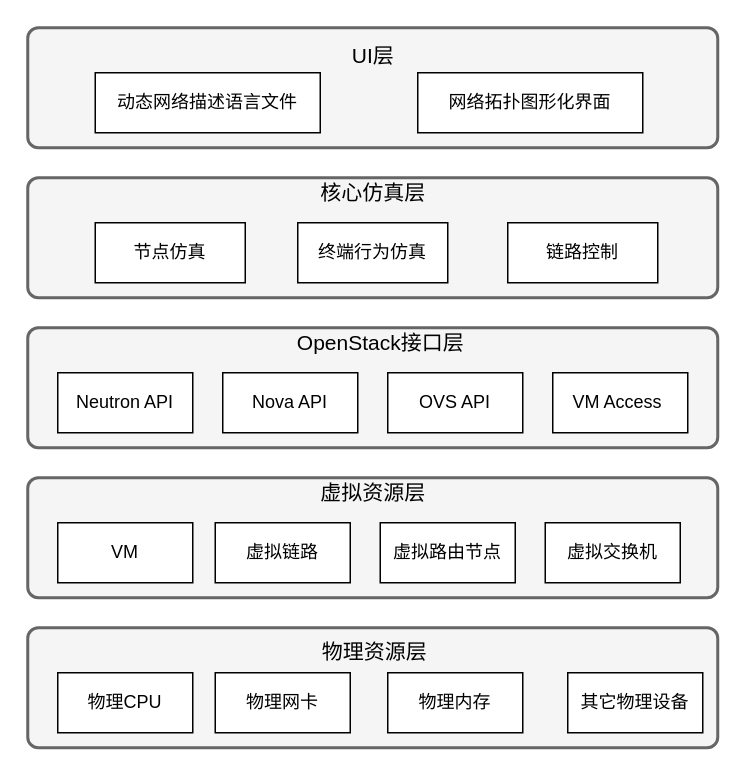
The draw.io diagram page "逻辑架构" (5 of 8) of 网络仿真系统.drawio in Icarus1994/neutron_conf, before the edit. Source tidied: cells renumbered, new cells numbered last; positions are measured from the earlier drawing's top-left corner, leaving out a move shared by most shapes. Both pictures are drawn from the tidied source at 150%, with x=0, y=0 at pixel (27, 27).
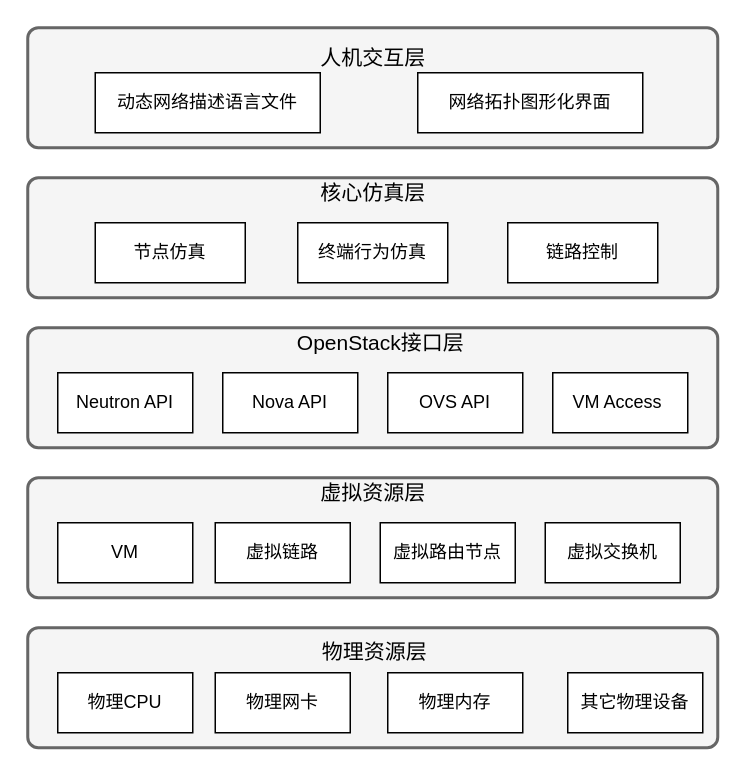
The same diagram, later.

Change to the diagram source:
```diff
@@
-    <mxCell id="24" value="&lt;span style=&quot;font-size: 14px;&quot;&gt;UI层&lt;/span&gt;" style="text;html=1;align=center;verticalAlign=middle;fontSize=14;" parent="1" vertex="1">
-      <mxGeometry x="210" y="9" width="40" height="20" as="geometry" />
+    <mxCell id="24" value="&lt;span style=&quot;font-size: 14px&quot;&gt;人机交互层&lt;/span&gt;" style="text;html=1;align=center;verticalAlign=middle;fontSize=14;" parent="1" vertex="1">
+      <mxGeometry x="190" y="9" width="80" height="21" as="geometry" />
     </mxCell>
```
